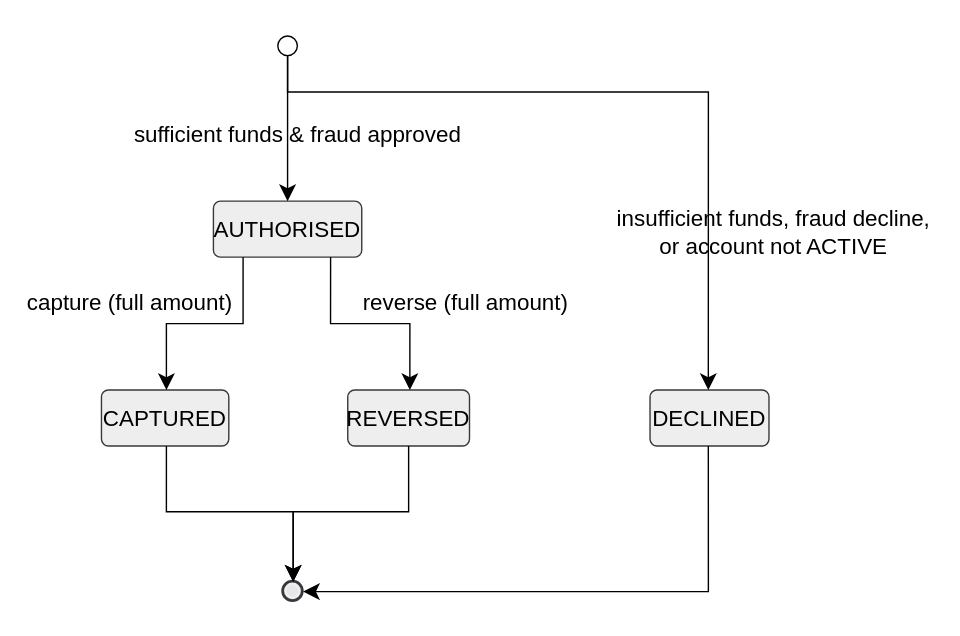
The draw.io diagram docs/flows/diagrams/payment-lifecycle-state.svg in ShirongQuan/payment-platform, before a commit. Source tidied: cells renumbered, new cells last; positions are measured from the earlier drawing's top-left corner, leaving out a move shared by most shapes. The source it was exported from:
```xml
<mxGraphModel>
  <root>
    <mxCell id="0" />
    <mxCell id="1" parent="0" />
    <mxCell id="2" style="group;transparentBounds=1;editIcon=1;lockedGroup=0;groupPadding=10;labelBackgroundColor=none;" parent="1" vertex="1">
      <mxGeometry as="geometry" />
    </mxCell>
    <mxCell id="3" style="ellipse;html=1;fontFamily=Trebuchet MS,Verdana,Arial,sans-serif;fontSize=16;labelBackgroundColor=none;" parent="2" vertex="1">
      <mxGeometry x="226" y="100" width="14" height="14" as="geometry" />
    </mxCell>
    <mxCell id="4" value="AUTHORISED" style="rounded=1;absoluteArcSize=1;arcSize=10;html=1;whiteSpace=wrap;strokeWidth=1;fontFamily=Trebuchet MS,Verdana,Arial,sans-serif;fontSize=16;labelBackgroundColor=none;fillColor=#eeeeee;strokeColor=#36393d;" parent="2" vertex="1">
      <mxGeometry x="180" y="218" width="106" height="40" as="geometry" />
    </mxCell>
    <mxCell id="5" value="DECLINED" style="rounded=1;absoluteArcSize=1;arcSize=10;html=1;whiteSpace=wrap;strokeWidth=1;fontFamily=Trebuchet MS,Verdana,Arial,sans-serif;fontSize=16;labelBackgroundColor=none;fillColor=#eeeeee;strokeColor=#36393d;" parent="2" vertex="1">
      <mxGeometry x="492" y="353" width="85" height="40" as="geometry" />
    </mxCell>
    <mxCell id="6" value="CAPTURED" style="rounded=1;absoluteArcSize=1;arcSize=10;html=1;whiteSpace=wrap;strokeWidth=1;fontFamily=Trebuchet MS,Verdana,Arial,sans-serif;fontSize=16;labelBackgroundColor=none;fillColor=#eeeeee;strokeColor=#36393d;" parent="2" vertex="1">
      <mxGeometry x="100" y="353" width="91" height="40" as="geometry" />
    </mxCell>
    <mxCell id="7" value="REVERSED" style="rounded=1;absoluteArcSize=1;arcSize=10;html=1;whiteSpace=wrap;strokeWidth=1;fontFamily=Trebuchet MS,Verdana,Arial,sans-serif;fontSize=16;labelBackgroundColor=none;fillColor=#eeeeee;strokeColor=#36393d;" parent="2" vertex="1">
      <mxGeometry x="276" y="353" width="87" height="40" as="geometry" />
    </mxCell>
    <mxCell id="8" style="ellipse;html=1;strokeWidth=2;centerRadius=4;centerColor=light-dark(#E6E6E6,#CCCCCC);fontFamily=Trebuchet MS,Verdana,Arial,sans-serif;fontSize=16;labelBackgroundColor=none;fillColor=#eeeeee;strokeColor=#36393d;" parent="2" vertex="1">
      <mxGeometry x="230" y="490" width="14" height="14" as="geometry" />
    </mxCell>
    <mxCell id="9" value="sufficient funds &amp; fraud approved" style="startArrow=none;endArrow=classic;endSize=9;fillColor=none;html=1;fontSize=16;labelBackgroundColor=none;fontFamily=Trebuchet MS,Verdana,Arial,sans-serif;fontColor=default;exitX=0.5;exitY=1;entryX=0.5;entryY=0;rounded=0;edgeStyle=orthogonalEdgeStyle;exitDx=0;exitDy=0;" parent="2" edge="1" source="3" target="4">
      <mxGeometry x="0.08" y="7" relative="1" as="geometry" />
    </mxCell>
    <mxCell id="10" value="insufficient funds, fraud decline,&#10;or account not ACTIVE" style="startArrow=none;endArrow=classic;endSize=9;fillColor=none;html=1;fontSize=16;labelBackgroundColor=none;fontFamily=Trebuchet MS,Verdana,Arial,sans-serif;fontColor=default;exitX=0.5;exitY=1;entryX=0.49;entryY=0;rounded=0;edgeStyle=orthogonalEdgeStyle;exitDx=0;exitDy=0;" parent="2" edge="1" source="3" target="5">
      <mxGeometry x="0.58" y="46" relative="1" as="geometry">
        <Array as="points">
          <mxPoint x="233" y="140" />
          <mxPoint x="533.7" y="140" />
        </Array>
      </mxGeometry>
    </mxCell>
    <mxCell id="11" value="capture (full amount)" style="startArrow=none;endArrow=classic;endSize=9;fillColor=none;html=1;fontSize=16;labelBackgroundColor=none;fontFamily=Trebuchet MS,Verdana,Arial,sans-serif;fontColor=default;exitX=0.2;exitY=1;entryX=0.51;entryY=0;rounded=0;edgeStyle=orthogonalEdgeStyle;" parent="2" edge="1" source="4" target="6">
      <mxGeometry x="0.37" y="-31" relative="1" as="geometry">
        <mxPoint x="5" y="-15" as="offset" />
      </mxGeometry>
    </mxCell>
    <mxCell id="12" value="reverse (full amount)" style="startArrow=none;endArrow=classic;endSize=9;fillColor=none;html=1;fontSize=16;labelBackgroundColor=none;fontFamily=Trebuchet MS,Verdana,Arial,sans-serif;fontColor=default;exitX=0.79;exitY=1;entryX=0.51;entryY=0;rounded=0;edgeStyle=orthogonalEdgeStyle;" parent="2" edge="1" source="4" target="7">
      <mxGeometry x="0.37" y="43" relative="1" as="geometry">
        <mxPoint x="-3" y="-15" as="offset" />
      </mxGeometry>
    </mxCell>
    <mxCell id="13" style="startArrow=none;endArrow=classic;endSize=9;fillColor=none;exitX=0.49;exitY=1;entryX=1;entryY=0.43;rounded=0;labelBackgroundColor=none;fontColor=default;edgeStyle=orthogonalEdgeStyle;" parent="2" edge="1" source="5" target="8">
      <mxGeometry relative="1" as="geometry" />
    </mxCell>
    <mxCell id="14" style="startArrow=none;endArrow=classic;endSize=9;fillColor=none;exitX=0.51;exitY=1;entryX=0.5;entryY=0;rounded=0;labelBackgroundColor=none;fontColor=default;edgeStyle=orthogonalEdgeStyle;entryDx=0;entryDy=0;" parent="2" edge="1" source="6" target="8">
      <mxGeometry relative="1" as="geometry">
        <Array as="points">
          <mxPoint x="146.4" y="440" />
          <mxPoint x="237" y="440" />
        </Array>
      </mxGeometry>
    </mxCell>
    <mxCell id="15" style="startArrow=none;endArrow=classic;endSize=9;fillColor=none;exitX=0.5;exitY=1;entryX=0.5;entryY=0;rounded=0;labelBackgroundColor=none;fontColor=default;edgeStyle=orthogonalEdgeStyle;" parent="2" edge="1" source="7" target="8">
      <mxGeometry relative="1" as="geometry">
        <Array as="points">
          <mxPoint x="319.5" y="440" />
          <mxPoint x="237" y="440" />
        </Array>
      </mxGeometry>
    </mxCell>
  </root>
</mxGraphModel>
```
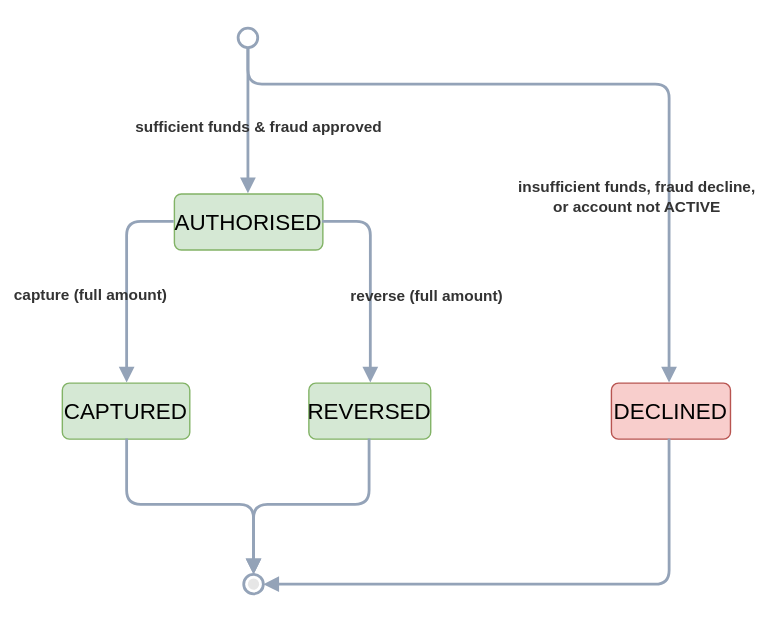
The same diagram one commit later.

The edit, as a diff of the source:
```diff
@@ -5,49 +5,49 @@
     <mxCell id="2" style="group;transparentBounds=1;editIcon=1;lockedGroup=0;groupPadding=10;labelBackgroundColor=none;" parent="1" vertex="1">
       <mxGeometry as="geometry" />
     </mxCell>
-    <mxCell id="3" style="ellipse;html=1;fontFamily=Trebuchet MS,Verdana,Arial,sans-serif;fontSize=16;labelBackgroundColor=none;" parent="2" vertex="1">
+    <mxCell id="3" style="ellipse;html=1;fontFamily=Helvetica;fontSize=11;labelBackgroundColor=none;rounded=1;strokeColor=#94A3B8;strokeWidth=2;align=center;verticalAlign=middle;fontColor=#333333;fontStyle=1;" parent="2" vertex="1">
       <mxGeometry x="226" y="100" width="14" height="14" as="geometry" />
     </mxCell>
-    <mxCell id="4" value="AUTHORISED" style="rounded=1;absoluteArcSize=1;arcSize=10;html=1;whiteSpace=wrap;strokeWidth=1;fontFamily=Trebuchet MS,Verdana,Arial,sans-serif;fontSize=16;labelBackgroundColor=none;fillColor=#eeeeee;strokeColor=#36393d;" parent="2" vertex="1">
+    <mxCell id="4" value="AUTHORISED" style="rounded=1;absoluteArcSize=1;arcSize=10;html=1;whiteSpace=wrap;strokeWidth=1;fontFamily=Trebuchet MS,Verdana,Arial,sans-serif;fontSize=16;labelBackgroundColor=none;fillColor=#d5e8d4;strokeColor=#82b366;" parent="2" vertex="1">
       <mxGeometry x="180" y="218" width="106" height="40" as="geometry" />
     </mxCell>
-    <mxCell id="5" value="DECLINED" style="rounded=1;absoluteArcSize=1;arcSize=10;html=1;whiteSpace=wrap;strokeWidth=1;fontFamily=Trebuchet MS,Verdana,Arial,sans-serif;fontSize=16;labelBackgroundColor=none;fillColor=#eeeeee;strokeColor=#36393d;" parent="2" vertex="1">
+    <mxCell id="5" value="DECLINED" style="rounded=1;absoluteArcSize=1;arcSize=10;html=1;whiteSpace=wrap;strokeWidth=1;fontFamily=Trebuchet MS,Verdana,Arial,sans-serif;fontSize=16;labelBackgroundColor=none;fillColor=#f8cecc;strokeColor=#b85450;" parent="2" vertex="1">
       <mxGeometry x="492" y="353" width="85" height="40" as="geometry" />
     </mxCell>
-    <mxCell id="6" value="CAPTURED" style="rounded=1;absoluteArcSize=1;arcSize=10;html=1;whiteSpace=wrap;strokeWidth=1;fontFamily=Trebuchet MS,Verdana,Arial,sans-serif;fontSize=16;labelBackgroundColor=none;fillColor=#eeeeee;strokeColor=#36393d;" parent="2" vertex="1">
+    <mxCell id="6" value="CAPTURED" style="rounded=1;absoluteArcSize=1;arcSize=10;html=1;whiteSpace=wrap;strokeWidth=1;fontFamily=Trebuchet MS,Verdana,Arial,sans-serif;fontSize=16;labelBackgroundColor=none;fillColor=#d5e8d4;strokeColor=#82b366;" parent="2" vertex="1">
       <mxGeometry x="100" y="353" width="91" height="40" as="geometry" />
     </mxCell>
-    <mxCell id="7" value="REVERSED" style="rounded=1;absoluteArcSize=1;arcSize=10;html=1;whiteSpace=wrap;strokeWidth=1;fontFamily=Trebuchet MS,Verdana,Arial,sans-serif;fontSize=16;labelBackgroundColor=none;fillColor=#eeeeee;strokeColor=#36393d;" parent="2" vertex="1">
+    <mxCell id="7" value="REVERSED" style="rounded=1;absoluteArcSize=1;arcSize=10;html=1;whiteSpace=wrap;strokeWidth=1;fontFamily=Trebuchet MS,Verdana,Arial,sans-serif;fontSize=16;labelBackgroundColor=none;fillColor=#d5e8d4;strokeColor=#82b366;" parent="2" vertex="1">
       <mxGeometry x="276" y="353" width="87" height="40" as="geometry" />
     </mxCell>
-    <mxCell id="8" style="ellipse;html=1;strokeWidth=2;centerRadius=4;centerColor=light-dark(#E6E6E6,#CCCCCC);fontFamily=Trebuchet MS,Verdana,Arial,sans-serif;fontSize=16;labelBackgroundColor=none;fillColor=#eeeeee;strokeColor=#36393d;" parent="2" vertex="1">
+    <mxCell id="8" style="ellipse;html=1;strokeWidth=2;centerRadius=4;centerColor=light-dark(#E6E6E6,#CCCCCC);fontFamily=Helvetica;fontSize=11;labelBackgroundColor=none;strokeColor=#94A3B8;rounded=1;align=center;verticalAlign=middle;fontColor=#333333;fontStyle=1;" parent="2" vertex="1">
       <mxGeometry x="230" y="490" width="14" height="14" as="geometry" />
     </mxCell>
-    <mxCell id="9" value="sufficient funds &amp; fraud approved" style="startArrow=none;endArrow=classic;endSize=9;fillColor=none;html=1;fontSize=16;labelBackgroundColor=none;fontFamily=Trebuchet MS,Verdana,Arial,sans-serif;fontColor=default;exitX=0.5;exitY=1;entryX=0.5;entryY=0;rounded=0;edgeStyle=orthogonalEdgeStyle;exitDx=0;exitDy=0;" parent="2" edge="1" source="3" target="4">
+    <mxCell id="9" value="sufficient funds &amp; fraud approved" style="endArrow=block;html=1;fontSize=11;labelBackgroundColor=none;fontFamily=Helvetica;fontColor=#333333;exitX=0.5;exitY=1;entryX=0.5;entryY=0;rounded=1;edgeStyle=orthogonalEdgeStyle;exitDx=0;exitDy=0;strokeColor=#94A3B8;strokeWidth=2;align=center;verticalAlign=middle;fontStyle=1;endFill=1;" parent="2" edge="1" source="3" target="4">
       <mxGeometry x="0.08" y="7" relative="1" as="geometry" />
     </mxCell>
-    <mxCell id="10" value="insufficient funds, fraud decline,&#10;or account not ACTIVE" style="startArrow=none;endArrow=classic;endSize=9;fillColor=none;html=1;fontSize=16;labelBackgroundColor=none;fontFamily=Trebuchet MS,Verdana,Arial,sans-serif;fontColor=default;exitX=0.5;exitY=1;entryX=0.49;entryY=0;rounded=0;edgeStyle=orthogonalEdgeStyle;exitDx=0;exitDy=0;" parent="2" edge="1" source="3" target="5">
-      <mxGeometry x="0.58" y="46" relative="1" as="geometry">
+    <mxCell id="10" value="insufficient funds, fraud decline,&#10;or account not ACTIVE" style="endArrow=block;html=1;fontSize=11;labelBackgroundColor=none;fontFamily=Helvetica;fontColor=#333333;exitX=0.5;exitY=1;entryX=0.49;entryY=0;rounded=1;edgeStyle=orthogonalEdgeStyle;exitDx=0;exitDy=0;strokeColor=#94A3B8;strokeWidth=2;align=center;verticalAlign=middle;fontStyle=1;endFill=1;" parent="2" edge="1" source="3" target="5">
+      <mxGeometry x="0.51" y="-24" relative="1" as="geometry">
         <Array as="points">
           <mxPoint x="233" y="140" />
           <mxPoint x="533.7" y="140" />
         </Array>
       </mxGeometry>
     </mxCell>
-    <mxCell id="11" value="capture (full amount)" style="startArrow=none;endArrow=classic;endSize=9;fillColor=none;html=1;fontSize=16;labelBackgroundColor=none;fontFamily=Trebuchet MS,Verdana,Arial,sans-serif;fontColor=default;exitX=0.2;exitY=1;entryX=0.51;entryY=0;rounded=0;edgeStyle=orthogonalEdgeStyle;" parent="2" edge="1" source="4" target="6">
-      <mxGeometry x="0.37" y="-31" relative="1" as="geometry">
+    <mxCell id="11" value="capture (full amount)" style="endArrow=block;html=1;fontSize=11;labelBackgroundColor=none;fontFamily=Helvetica;fontColor=#333333;exitX=0;exitY=0.5;entryX=0.51;entryY=0;rounded=1;edgeStyle=orthogonalEdgeStyle;strokeColor=#94A3B8;strokeWidth=2;align=center;verticalAlign=middle;fontStyle=1;endFill=1;exitDx=0;exitDy=0;" parent="2" edge="1" source="4" target="6">
+      <mxGeometry x="0.36" y="-31" relative="1" as="geometry">
         <mxPoint x="5" y="-15" as="offset" />
       </mxGeometry>
     </mxCell>
-    <mxCell id="12" value="reverse (full amount)" style="startArrow=none;endArrow=classic;endSize=9;fillColor=none;html=1;fontSize=16;labelBackgroundColor=none;fontFamily=Trebuchet MS,Verdana,Arial,sans-serif;fontColor=default;exitX=0.79;exitY=1;entryX=0.51;entryY=0;rounded=0;edgeStyle=orthogonalEdgeStyle;" parent="2" edge="1" source="4" target="7">
+    <mxCell id="12" value="reverse (full amount)" style="endArrow=block;html=1;fontSize=11;labelBackgroundColor=none;fontFamily=Helvetica;fontColor=#333333;exitX=1;exitY=0.5;entryX=0.51;entryY=0;rounded=1;edgeStyle=orthogonalEdgeStyle;strokeColor=#94A3B8;strokeWidth=2;align=center;verticalAlign=middle;fontStyle=1;endFill=1;exitDx=0;exitDy=0;" parent="2" edge="1" source="4" target="7">
       <mxGeometry x="0.37" y="43" relative="1" as="geometry">
         <mxPoint x="-3" y="-15" as="offset" />
       </mxGeometry>
     </mxCell>
-    <mxCell id="13" style="startArrow=none;endArrow=classic;endSize=9;fillColor=none;exitX=0.49;exitY=1;entryX=1;entryY=0.43;rounded=0;labelBackgroundColor=none;fontColor=default;edgeStyle=orthogonalEdgeStyle;" parent="2" edge="1" source="5" target="8">
+    <mxCell id="13" style="endArrow=block;exitX=0.49;exitY=1;entryX=1;entryY=0.43;rounded=1;labelBackgroundColor=none;fontColor=#333333;edgeStyle=orthogonalEdgeStyle;strokeColor=#94A3B8;strokeWidth=2;align=center;verticalAlign=middle;fontFamily=Helvetica;fontSize=11;fontStyle=1;endFill=1;" parent="2" edge="1" source="5" target="8">
       <mxGeometry relative="1" as="geometry" />
     </mxCell>
-    <mxCell id="14" style="startArrow=none;endArrow=classic;endSize=9;fillColor=none;exitX=0.51;exitY=1;entryX=0.5;entryY=0;rounded=0;labelBackgroundColor=none;fontColor=default;edgeStyle=orthogonalEdgeStyle;entryDx=0;entryDy=0;" parent="2" edge="1" source="6" target="8">
+    <mxCell id="14" style="endArrow=block;exitX=0.51;exitY=1;entryX=0.5;entryY=0;rounded=1;labelBackgroundColor=none;fontColor=#333333;edgeStyle=orthogonalEdgeStyle;entryDx=0;entryDy=0;strokeColor=#94A3B8;strokeWidth=2;align=center;verticalAlign=middle;fontFamily=Helvetica;fontSize=11;fontStyle=1;endFill=1;" parent="2" edge="1" source="6" target="8">
       <mxGeometry relative="1" as="geometry">
         <Array as="points">
           <mxPoint x="146.4" y="440" />
@@ -55,7 +55,7 @@
         </Array>
       </mxGeometry>
     </mxCell>
-    <mxCell id="15" style="startArrow=none;endArrow=classic;endSize=9;fillColor=none;exitX=0.5;exitY=1;entryX=0.5;entryY=0;rounded=0;labelBackgroundColor=none;fontColor=default;edgeStyle=orthogonalEdgeStyle;" parent="2" edge="1" source="7" target="8">
+    <mxCell id="15" style="endArrow=block;exitX=0.5;exitY=1;entryX=0.5;entryY=0;rounded=1;labelBackgroundColor=none;fontColor=#333333;edgeStyle=orthogonalEdgeStyle;strokeColor=#94A3B8;strokeWidth=2;align=center;verticalAlign=middle;fontFamily=Helvetica;fontSize=11;fontStyle=1;endFill=1;" parent="2" edge="1" source="7" target="8">
       <mxGeometry relative="1" as="geometry">
         <Array as="points">
           <mxPoint x="319.5" y="440" />
```
